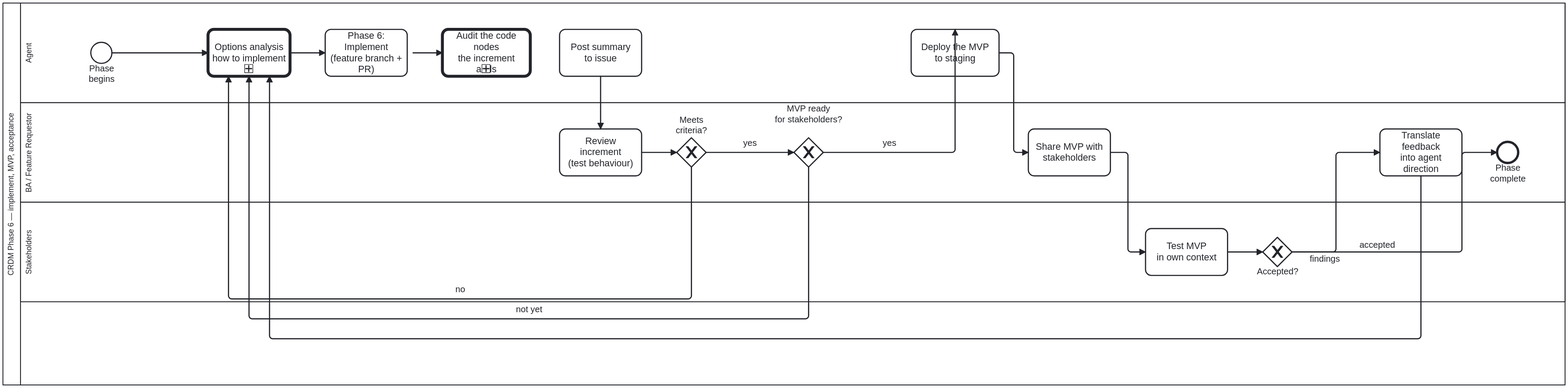
The BPMN diagram docs/assets/img/workflows/crdm-deliver.svg in litlfred/cat-harness, before a commit. Its source is kept beside it as processes/process/crdm-deliver.bpmn. Ids are renumbered.
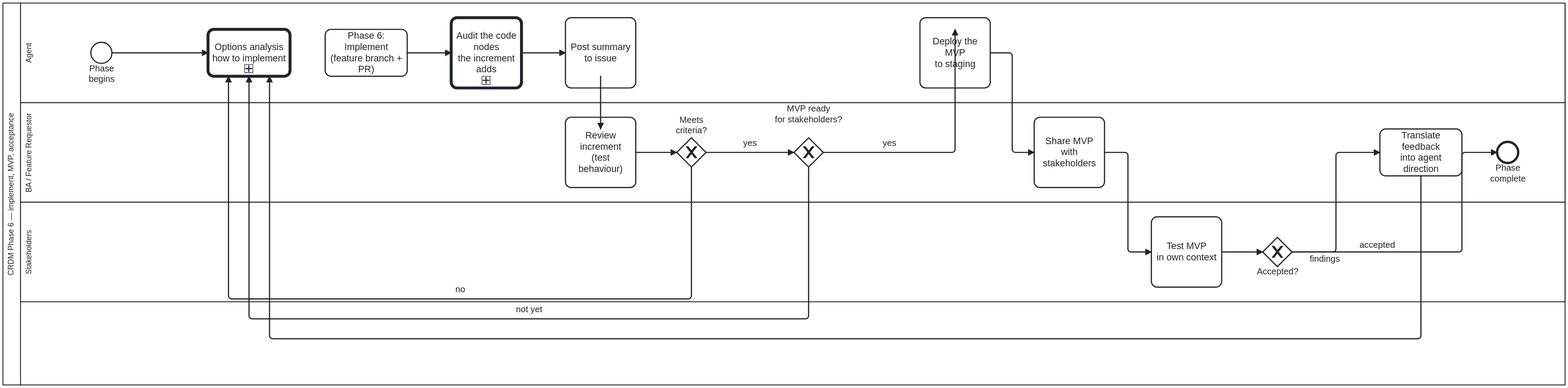
After the change.

Change to the diagram source:
```diff
@@ -176,30 +176,30 @@
         <dc:Bounds x="710" y="125" width="140" height="80" />
       </bpmndi:BPMNShape>
       <bpmndi:BPMNShape id="Shape_A_CodeAudit" bpmnElement="A_CodeAudit">
-        <dc:Bounds x="910" y="125" width="150" height="80" />
+        <dc:Bounds x="925" y="105" width="120" height="120" />
       </bpmndi:BPMNShape>
       <bpmndi:BPMNShape id="Shape_A_DeployStaging" bpmnElement="A_DeployStaging">
-        <dc:Bounds x="1710" y="125" width="150" height="80" />
+        <dc:Bounds x="1725" y="105" width="120" height="120" />
       </bpmndi:BPMNShape>
       <bpmndi:BPMNShape id="Shape_A_Summary" bpmnElement="A_Summary">
-        <dc:Bounds x="1110" y="125" width="140" height="80" />
+        <dc:Bounds x="1120" y="105" width="120" height="120" />
       </bpmndi:BPMNShape>
       <bpmndi:BPMNShape id="Shape_BA_ReviewIncrement" bpmnElement="BA_ReviewIncrement">
-        <dc:Bounds x="1110" y="295" width="140" height="80" />
+        <dc:Bounds x="1120" y="275" width="120" height="120" />
       </bpmndi:BPMNShape>
       <bpmndi:BPMNShape id="Shape_GW_IncrementOK" bpmnElement="GW_IncrementOK" isMarkerVisible="true">
         <dc:Bounds x="1310" y="310" width="50" height="50" />
-        <bpmndi:BPMNLabel><dc:Bounds x="1290" y="271" width="90" height="35" /></bpmndi:BPMNLabel>
-      </bpmndi:BPMNShape>
+
+      <bpmndi:BPMNLabel><dc:Bounds x="1290" y="271" width="90" height="35" /></bpmndi:BPMNLabel></bpmndi:BPMNShape>
       <bpmndi:BPMNShape id="Shape_GW_MVPReady" bpmnElement="GW_MVPReady" isMarkerVisible="true">
         <dc:Bounds x="1510" y="310" width="50" height="50" />
-        <bpmndi:BPMNLabel><dc:Bounds x="1467.5" y="252" width="135" height="54" /></bpmndi:BPMNLabel>
-      </bpmndi:BPMNShape>
+
+      <bpmndi:BPMNLabel><dc:Bounds x="1467.5" y="252" width="135" height="54" /></bpmndi:BPMNLabel></bpmndi:BPMNShape>
       <bpmndi:BPMNShape id="Shape_BA_ShareMVP" bpmnElement="BA_ShareMVP">
-        <dc:Bounds x="1910" y="295" width="140" height="80" />
+        <dc:Bounds x="1920" y="275" width="120" height="120" />
       </bpmndi:BPMNShape>
       <bpmndi:BPMNShape id="Shape_S_TestMVP" bpmnElement="S_TestMVP">
-        <dc:Bounds x="2110" y="465" width="140" height="80" />
+        <dc:Bounds x="2120" y="445" width="120" height="120" />
       </bpmndi:BPMNShape>
       <bpmndi:BPMNShape id="Shape_GW_StakeholderOK" bpmnElement="GW_StakeholderOK" isMarkerVisible="true">
         <dc:Bounds x="2310" y="480" width="50" height="50" />
@@ -215,19 +215,19 @@
         <di:waypoint x="510" y="165" />
       </bpmndi:BPMNEdge>
       <bpmndi:BPMNEdge id="Edge_SF_Process_CRDM_Deliver_2" bpmnElement="SF_Process_CRDM_Deliver_2">
-        <di:waypoint x="650" y="165" />
-        <di:waypoint x="710" y="165" />
+        <di:waypoint x="850" y="165" />
+        <di:waypoint x="925" y="165" />
       </bpmndi:BPMNEdge>
       <bpmndi:BPMNEdge id="Edge_SF_Process_CRDM_Deliver_2b" bpmnElement="SF_Process_CRDM_Deliver_2b">
-        <di:waypoint x="860" y="165" />
-        <di:waypoint x="910" y="165" />
+        <di:waypoint x="1045" y="165" />
+        <di:waypoint x="1120" y="165" />
       </bpmndi:BPMNEdge>
       <bpmndi:BPMNEdge id="Edge_SF_Process_CRDM_Deliver_3" bpmnElement="SF_Process_CRDM_Deliver_3">
         <di:waypoint x="1180" y="205" />
         <di:waypoint x="1180" y="295" />
       </bpmndi:BPMNEdge>
       <bpmndi:BPMNEdge id="Edge_SF_Process_CRDM_Deliver_4" bpmnElement="SF_Process_CRDM_Deliver_4">
-        <di:waypoint x="1250" y="335" />
+        <di:waypoint x="1240" y="335" />
         <di:waypoint x="1310" y="335" />
       </bpmndi:BPMNEdge>
       <bpmndi:BPMNEdge id="Edge_SF_Process_CRDM_Deliver_5" bpmnElement="SF_Process_CRDM_Deliver_5">
@@ -252,19 +252,19 @@
         <di:waypoint x="1785" y="125" />
       </bpmndi:BPMNEdge>
       <bpmndi:BPMNEdge id="Edge_SF_Process_CRDM_Deliver_8b" bpmnElement="SF_Process_CRDM_Deliver_8b">
-        <di:waypoint x="1860" y="165" />
-        <di:waypoint x="1885" y="165" />
-        <di:waypoint x="1885" y="335" />
-        <di:waypoint x="1910" y="335" />
+        <di:waypoint x="1845" y="165" />
+        <di:waypoint x="1882.5" y="165" />
+        <di:waypoint x="1882.5" y="335" />
+        <di:waypoint x="1920" y="335" />
       </bpmndi:BPMNEdge>
       <bpmndi:BPMNEdge id="Edge_SF_Process_CRDM_Deliver_9" bpmnElement="SF_Process_CRDM_Deliver_9">
-        <di:waypoint x="2050" y="335" />
+        <di:waypoint x="2040" y="335" />
         <di:waypoint x="2080" y="335" />
         <di:waypoint x="2080" y="505" />
-        <di:waypoint x="2110" y="505" />
+        <di:waypoint x="2120" y="505" />
       </bpmndi:BPMNEdge>
       <bpmndi:BPMNEdge id="Edge_SF_Process_CRDM_Deliver_10" bpmnElement="SF_Process_CRDM_Deliver_10">
-        <di:waypoint x="2250" y="505" />
+        <di:waypoint x="2240" y="505" />
         <di:waypoint x="2310" y="505" />
       </bpmndi:BPMNEdge>
       <bpmndi:BPMNEdge id="Edge_SF_Process_CRDM_Deliver_11" bpmnElement="SF_Process_CRDM_Deliver_11">
```
